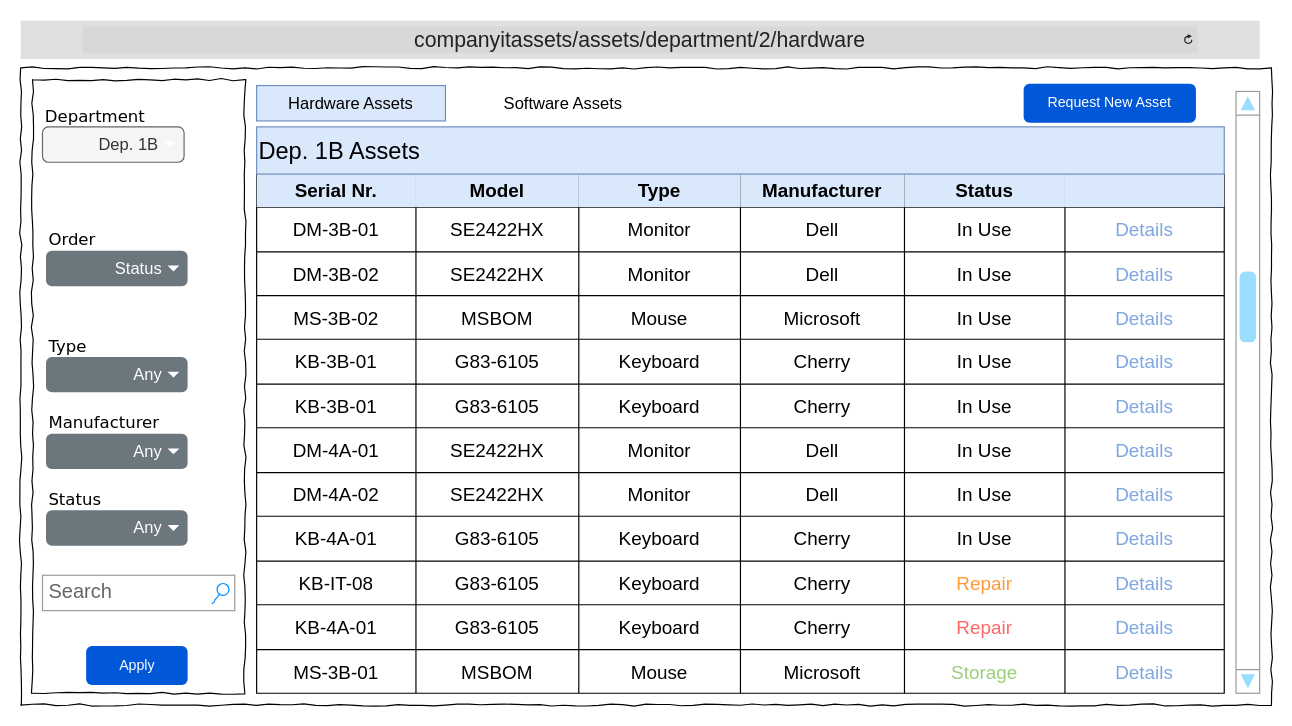
Before: Wireframes/ITAT_DepartmentAssets.drawio in TRed91/ITAssetTracking, a draw.io diagram. Source tidied: cells renumbered, new cells numbered last; positions are measured from the earlier drawing's top-left corner, leaving out a move shared by most shapes. Both pictures are drawn from the tidied source at 118%, with x=0, y=0 at pixel (20, 20).
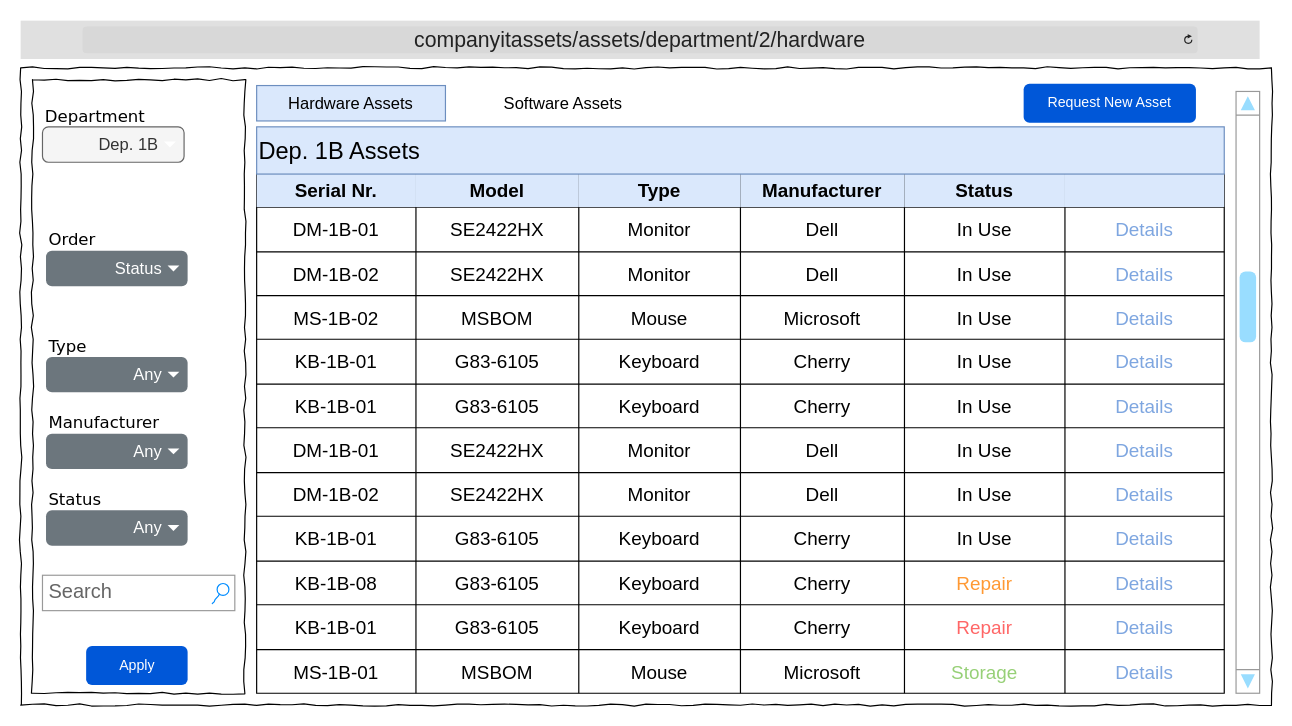
Above is the later version.

The change refers to these unchanged cells:
```xml
<mxCell id="13" style="shape=tableRow;horizontal=0;startSize=0;swimlaneHead=0;swimlaneBody=0;strokeColor=inherit;top=0;left=0;bottom=0;right=0;fillColor=none;fontSize=16;" parent="5" vertex="1">
  <mxGeometry y="28" width="820" height="38" as="geometry" />
</mxCell>
<mxCell id="20" style="shape=tableRow;horizontal=0;startSize=0;swimlaneHead=0;swimlaneBody=0;strokeColor=inherit;top=0;left=0;bottom=0;right=0;fillColor=none;fontSize=16;" parent="5" vertex="1">
  <mxGeometry y="66" width="820" height="37" as="geometry" />
</mxCell>
<mxCell id="27" style="shape=tableRow;horizontal=0;startSize=0;swimlaneHead=0;swimlaneBody=0;strokeColor=inherit;top=0;left=0;bottom=0;right=0;fillColor=none;fontSize=16;" parent="5" vertex="1">
  <mxGeometry y="103" width="820" height="37" as="geometry" />
</mxCell>
<mxCell id="34" style="shape=tableRow;horizontal=0;startSize=0;swimlaneHead=0;swimlaneBody=0;strokeColor=inherit;top=0;left=0;bottom=0;right=0;fillColor=none;fontSize=16;" parent="5" vertex="1">
  <mxGeometry y="140" width="820" height="38" as="geometry" />
</mxCell>
<mxCell id="41" style="shape=tableRow;horizontal=0;startSize=0;swimlaneHead=0;swimlaneBody=0;strokeColor=inherit;top=0;left=0;bottom=0;right=0;fillColor=none;fontSize=16;" parent="5" vertex="1">
  <mxGeometry y="178" width="820" height="37" as="geometry" />
</mxCell>
<mxCell id="48" style="shape=tableRow;horizontal=0;startSize=0;swimlaneHead=0;swimlaneBody=0;strokeColor=inherit;top=0;left=0;bottom=0;right=0;fillColor=none;fontSize=16;" parent="5" vertex="1">
  <mxGeometry y="215" width="820" height="38" as="geometry" />
</mxCell>
<mxCell id="55" style="shape=tableRow;horizontal=0;startSize=0;swimlaneHead=0;swimlaneBody=0;strokeColor=inherit;top=0;left=0;bottom=0;right=0;fillColor=none;fontSize=16;" parent="5" vertex="1">
  <mxGeometry y="253" width="820" height="37" as="geometry" />
</mxCell>
<mxCell id="62" style="shape=tableRow;horizontal=0;startSize=0;swimlaneHead=0;swimlaneBody=0;strokeColor=inherit;top=0;left=0;bottom=0;right=0;fillColor=none;fontSize=16;" parent="5" vertex="1">
  <mxGeometry y="290" width="820" height="38" as="geometry" />
</mxCell>
<mxCell id="69" style="shape=tableRow;horizontal=0;startSize=0;swimlaneHead=0;swimlaneBody=0;strokeColor=inherit;top=0;left=0;bottom=0;right=0;fillColor=none;fontSize=16;" parent="5" vertex="1">
  <mxGeometry y="328" width="820" height="37" as="geometry" />
</mxCell>
<mxCell id="76" style="shape=tableRow;horizontal=0;startSize=0;swimlaneHead=0;swimlaneBody=0;strokeColor=inherit;top=0;left=0;bottom=0;right=0;fillColor=none;fontSize=16;" parent="5" vertex="1">
  <mxGeometry y="365" width="820" height="38" as="geometry" />
</mxCell>
<mxCell id="83" style="shape=tableRow;horizontal=0;startSize=0;swimlaneHead=0;swimlaneBody=0;strokeColor=inherit;top=0;left=0;bottom=0;right=0;fillColor=none;fontSize=16;" parent="5" vertex="1">
  <mxGeometry y="403" width="820" height="37" as="geometry" />
</mxCell>
```

Diff of the diagram source:
```diff
@@
-    <mxCell id="14" value="DM-3B-01" style="shape=partialRectangle;html=1;whiteSpace=wrap;strokeColor=inherit;overflow=hidden;fillColor=none;top=0;left=0;bottom=0;right=0;fontSize=16;" parent="13" vertex="1">
+    <mxCell id="14" value="DM-1B-01" style="shape=partialRectangle;html=1;whiteSpace=wrap;strokeColor=inherit;overflow=hidden;fillColor=none;top=0;left=0;bottom=0;right=0;fontSize=16;" parent="13" vertex="1">
       <mxGeometry width="135" height="38" as="geometry" />
     </mxCell>
@@
-    <mxCell id="21" value="DM-3B-02" style="shape=partialRectangle;html=1;whiteSpace=wrap;strokeColor=inherit;overflow=hidden;fillColor=none;top=0;left=0;bottom=0;right=0;fontSize=16;" parent="20" vertex="1">
+    <mxCell id="21" value="DM-1B-02" style="shape=partialRectangle;html=1;whiteSpace=wrap;strokeColor=inherit;overflow=hidden;fillColor=none;top=0;left=0;bottom=0;right=0;fontSize=16;" parent="20" vertex="1">
       <mxGeometry width="135" height="37" as="geometry" />
     </mxCell>
@@
-    <mxCell id="28" value="MS-3B-02" style="shape=partialRectangle;html=1;whiteSpace=wrap;strokeColor=inherit;overflow=hidden;fillColor=none;top=0;left=0;bottom=0;right=0;fontSize=16;" parent="27" vertex="1">
+    <mxCell id="28" value="MS-1B-02" style="shape=partialRectangle;html=1;whiteSpace=wrap;strokeColor=inherit;overflow=hidden;fillColor=none;top=0;left=0;bottom=0;right=0;fontSize=16;" parent="27" vertex="1">
       <mxGeometry width="135" height="37" as="geometry" />
     </mxCell>
@@
-    <mxCell id="35" value="KB-3B-01" style="shape=partialRectangle;html=1;whiteSpace=wrap;strokeColor=inherit;overflow=hidden;fillColor=none;top=0;left=0;bottom=0;right=0;fontSize=16;" parent="34" vertex="1">
+    <mxCell id="35" value="KB-1B-01" style="shape=partialRectangle;html=1;whiteSpace=wrap;strokeColor=inherit;overflow=hidden;fillColor=none;top=0;left=0;bottom=0;right=0;fontSize=16;" parent="34" vertex="1">
       <mxGeometry width="135" height="38" as="geometry" />
     </mxCell>
@@
-    <mxCell id="42" value="KB-3B-01" style="shape=partialRectangle;html=1;whiteSpace=wrap;strokeColor=inherit;overflow=hidden;fillColor=none;top=0;left=0;bottom=0;right=0;fontSize=16;" parent="41" vertex="1">
+    <mxCell id="42" value="KB-1B-01" style="shape=partialRectangle;html=1;whiteSpace=wrap;strokeColor=inherit;overflow=hidden;fillColor=none;top=0;left=0;bottom=0;right=0;fontSize=16;" parent="41" vertex="1">
       <mxGeometry width="135" height="37" as="geometry" />
     </mxCell>
@@
-    <mxCell id="49" value="DM-4A-01" style="shape=partialRectangle;html=1;whiteSpace=wrap;strokeColor=inherit;overflow=hidden;fillColor=none;top=0;left=0;bottom=0;right=0;fontSize=16;" parent="48" vertex="1">
+    <mxCell id="49" value="DM-1B-01" style="shape=partialRectangle;html=1;whiteSpace=wrap;strokeColor=inherit;overflow=hidden;fillColor=none;top=0;left=0;bottom=0;right=0;fontSize=16;" parent="48" vertex="1">
       <mxGeometry width="135" height="38" as="geometry" />
     </mxCell>
@@
-    <mxCell id="56" value="DM-4A-02" style="shape=partialRectangle;html=1;whiteSpace=wrap;strokeColor=inherit;overflow=hidden;fillColor=none;top=0;left=0;bottom=0;right=0;fontSize=16;" parent="55" vertex="1">
+    <mxCell id="56" value="DM-1B-02" style="shape=partialRectangle;html=1;whiteSpace=wrap;strokeColor=inherit;overflow=hidden;fillColor=none;top=0;left=0;bottom=0;right=0;fontSize=16;" parent="55" vertex="1">
       <mxGeometry width="135" height="37" as="geometry" />
     </mxCell>
@@
-    <mxCell id="63" value="KB-4A-01" style="shape=partialRectangle;html=1;whiteSpace=wrap;strokeColor=inherit;overflow=hidden;fillColor=none;top=0;left=0;bottom=0;right=0;fontSize=16;" parent="62" vertex="1">
+    <mxCell id="63" value="KB-1B-01" style="shape=partialRectangle;html=1;whiteSpace=wrap;strokeColor=inherit;overflow=hidden;fillColor=none;top=0;left=0;bottom=0;right=0;fontSize=16;" parent="62" vertex="1">
       <mxGeometry width="135" height="38" as="geometry" />
     </mxCell>
@@
-    <mxCell id="70" value="KB-IT-08" style="shape=partialRectangle;html=1;whiteSpace=wrap;strokeColor=inherit;overflow=hidden;fillColor=none;top=0;left=0;bottom=0;right=0;fontSize=16;" parent="69" vertex="1">
+    <mxCell id="70" value="KB-1B-08" style="shape=partialRectangle;html=1;whiteSpace=wrap;strokeColor=inherit;overflow=hidden;fillColor=none;top=0;left=0;bottom=0;right=0;fontSize=16;" parent="69" vertex="1">
       <mxGeometry width="135" height="37" as="geometry" />
     </mxCell>
@@
-    <mxCell id="77" value="KB-4A-01" style="shape=partialRectangle;html=1;whiteSpace=wrap;strokeColor=inherit;overflow=hidden;fillColor=none;top=0;left=0;bottom=0;right=0;fontSize=16;" parent="76" vertex="1">
+    <mxCell id="77" value="KB-1B-01" style="shape=partialRectangle;html=1;whiteSpace=wrap;strokeColor=inherit;overflow=hidden;fillColor=none;top=0;left=0;bottom=0;right=0;fontSize=16;" parent="76" vertex="1">
       <mxGeometry width="135" height="38" as="geometry" />
     </mxCell>
@@
-    <mxCell id="84" value="MS-3B-01" style="shape=partialRectangle;html=1;whiteSpace=wrap;strokeColor=inherit;overflow=hidden;fillColor=none;top=0;left=0;bottom=0;right=0;fontSize=16;" parent="83" vertex="1">
+    <mxCell id="84" value="MS-1B-01" style="shape=partialRectangle;html=1;whiteSpace=wrap;strokeColor=inherit;overflow=hidden;fillColor=none;top=0;left=0;bottom=0;right=0;fontSize=16;" parent="83" vertex="1">
       <mxGeometry width="135" height="37" as="geometry" />
     </mxCell>
```
